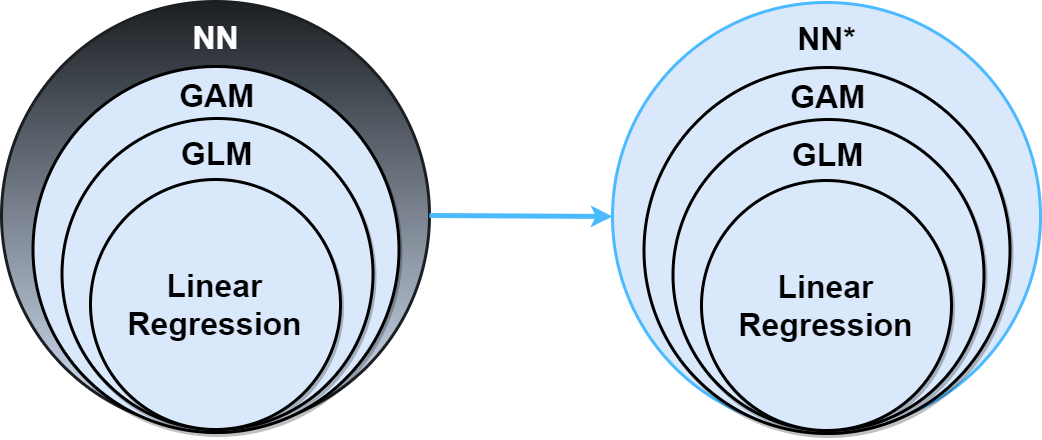
Earlier version of the draw.io export images/transparent_summary.png (RyanSaxe/blog). Source tidied: cells renumbered, new cells last; positions are measured from the earlier drawing's top-left corner, leaving out a move shared by most shapes.
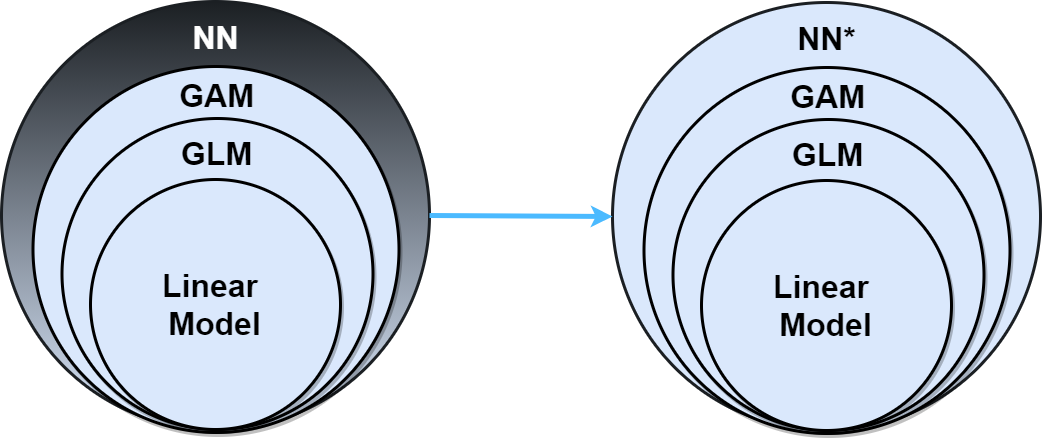
After the change.

The edit, as a diff of the source:
```diff
@@ -23,10 +23,10 @@
     <mxCell id="8" value="&lt;font size=&quot;1&quot;&gt;&lt;b style=&quot;font-size: 32px&quot;&gt;GLM&lt;/b&gt;&lt;/font&gt;" style="text;html=1;strokeColor=none;fillColor=none;align=center;verticalAlign=middle;whiteSpace=wrap;rounded=0;shadow=1;sketch=0;" parent="1" vertex="1">
       <mxGeometry x="63.4" y="142" width="305.2" height="20" as="geometry" />
     </mxCell>
-    <mxCell id="9" value="&lt;font size=&quot;1&quot;&gt;&lt;b style=&quot;font-size: 32px&quot;&gt;Linear Regression&lt;/b&gt;&lt;/font&gt;" style="text;html=1;strokeColor=none;fillColor=none;align=center;verticalAlign=middle;whiteSpace=wrap;rounded=0;shadow=1;sketch=0;" parent="1" vertex="1">
+    <mxCell id="9" value="&lt;font size=&quot;1&quot;&gt;&lt;b style=&quot;font-size: 32px&quot;&gt;Linear&amp;nbsp;&lt;br&gt;Model&lt;br&gt;&lt;/b&gt;&lt;/font&gt;" style="text;html=1;strokeColor=none;fillColor=none;align=center;verticalAlign=middle;whiteSpace=wrap;rounded=0;shadow=1;sketch=0;" parent="1" vertex="1">
       <mxGeometry x="106.4" y="293" width="215.1" height="20" as="geometry" />
     </mxCell>
-    <mxCell id="10" style="ellipse;whiteSpace=wrap;html=1;fillColor=#dae8fc;strokeWidth=3;sketch=0;shadow=0;gradientDirection=north;strokeColor=#4BBAFF;" parent="1" vertex="1">
+    <mxCell id="10" style="ellipse;whiteSpace=wrap;html=1;fillColor=#dae8fc;strokeWidth=3;sketch=0;shadow=0;gradientDirection=north;strokeColor=#1B1F23;" parent="1" vertex="1">
       <mxGeometry x="611" y="1" width="428" height="428" as="geometry" />
     </mxCell>
     <mxCell id="11" style="ellipse;whiteSpace=wrap;html=1;fillColor=#dae8fc;strokeWidth=3;sketch=0;shadow=1;gradientDirection=north;" parent="1" vertex="1">
@@ -47,7 +47,7 @@
     <mxCell id="16" value="&lt;font size=&quot;1&quot;&gt;&lt;b style=&quot;font-size: 32px&quot;&gt;GLM&lt;/b&gt;&lt;/font&gt;" style="text;html=1;strokeColor=none;fillColor=none;align=center;verticalAlign=middle;whiteSpace=wrap;rounded=0;shadow=1;sketch=0;" parent="1" vertex="1">
       <mxGeometry x="674.4" y="143" width="305.2" height="20" as="geometry" />
     </mxCell>
-    <mxCell id="17" value="&lt;font size=&quot;1&quot;&gt;&lt;b style=&quot;font-size: 32px&quot;&gt;Linear Regression&lt;/b&gt;&lt;/font&gt;" style="text;html=1;strokeColor=none;fillColor=none;align=center;verticalAlign=middle;whiteSpace=wrap;rounded=0;shadow=1;sketch=0;" parent="1" vertex="1">
+    <mxCell id="17" value="&lt;font size=&quot;1&quot;&gt;&lt;b style=&quot;font-size: 32px&quot;&gt;Linear &lt;br&gt;Model&lt;/b&gt;&lt;/font&gt;" style="text;html=1;strokeColor=none;fillColor=none;align=center;verticalAlign=middle;whiteSpace=wrap;rounded=0;shadow=1;sketch=0;" parent="1" vertex="1">
       <mxGeometry x="717.4" y="294" width="215.1" height="20" as="geometry" />
     </mxCell>
     <mxCell id="18" style="endArrow=classic;html=1;exitX=1;exitY=0.5;exitDx=0;exitDy=0;entryX=0;entryY=0.5;entryDx=0;entryDy=0;strokeWidth=5;fontColor=#4bbaff;strokeColor=#4BBAFF;" parent="1" edge="1" source="2" target="10">
```
